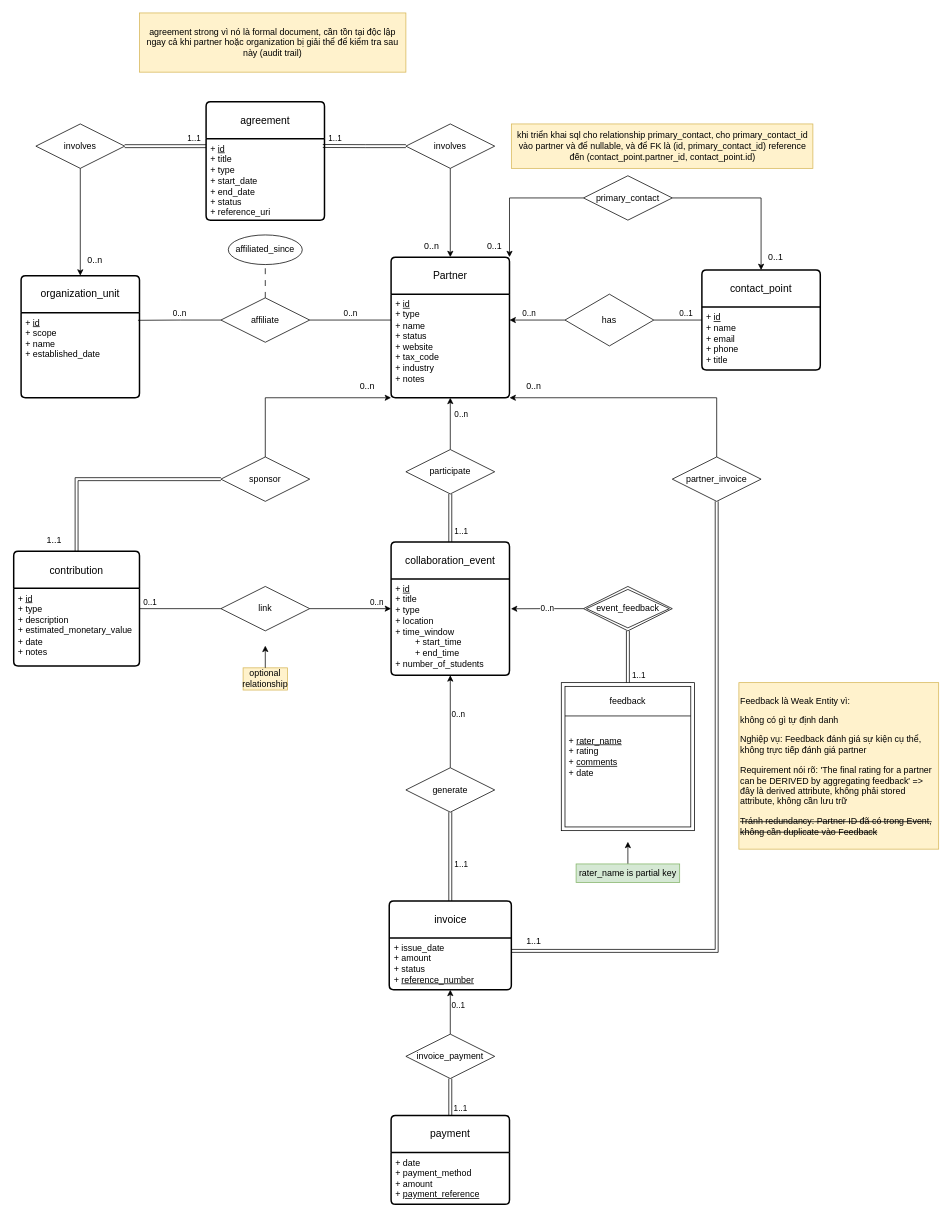
Above: ERD-draft.drawio in nduc03/cs4420-project (draw.io), before the change. Source tidied: cells renumbered, new cells numbered last; positions are measured from the earlier drawing's top-left corner, leaving out a move shared by most shapes. Both pictures are drawn from the tidied source at 74%, with x=0, y=0 at pixel (13, 13).
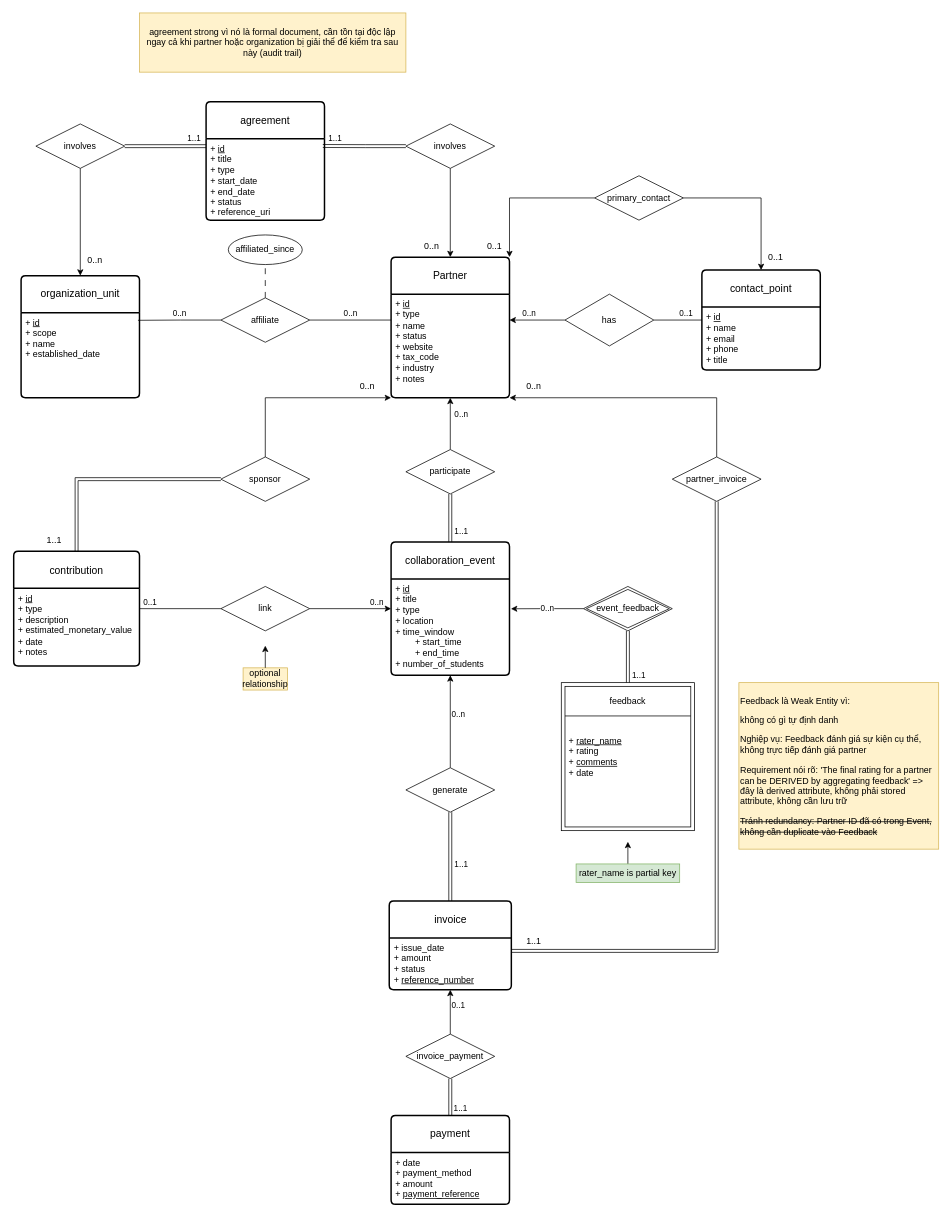
Above is the later version.

Change to the diagram source:
```diff
@@
     <mxCell id="60" value="primary_contact" style="shape=rhombus;perimeter=rhombusPerimeter;whiteSpace=wrap;html=1;align=center;" parent="1" vertex="1">
-      <mxGeometry x="770" y="220" width="120" height="60" as="geometry" />
+      <mxGeometry x="785" y="220" width="120" height="60" as="geometry" />
     </mxCell>
@@
-    <mxCell id="65" value="khi triển khai sql cho relationship primary_contact, cho primary_contact_id vào partner và để nullable, và để FK là (id, primary_contact_id) reference đến (contact_point.partner_id, contact_point.id)" style="text;html=1;whiteSpace=wrap;strokeColor=#d6b656;fillColor=#fff2cc;align=center;verticalAlign=middle;rounded=0;" parent="1" vertex="1">
-      <mxGeometry x="672.5" y="150" width="407.5" height="60" as="geometry" />
-    </mxCell>
```
